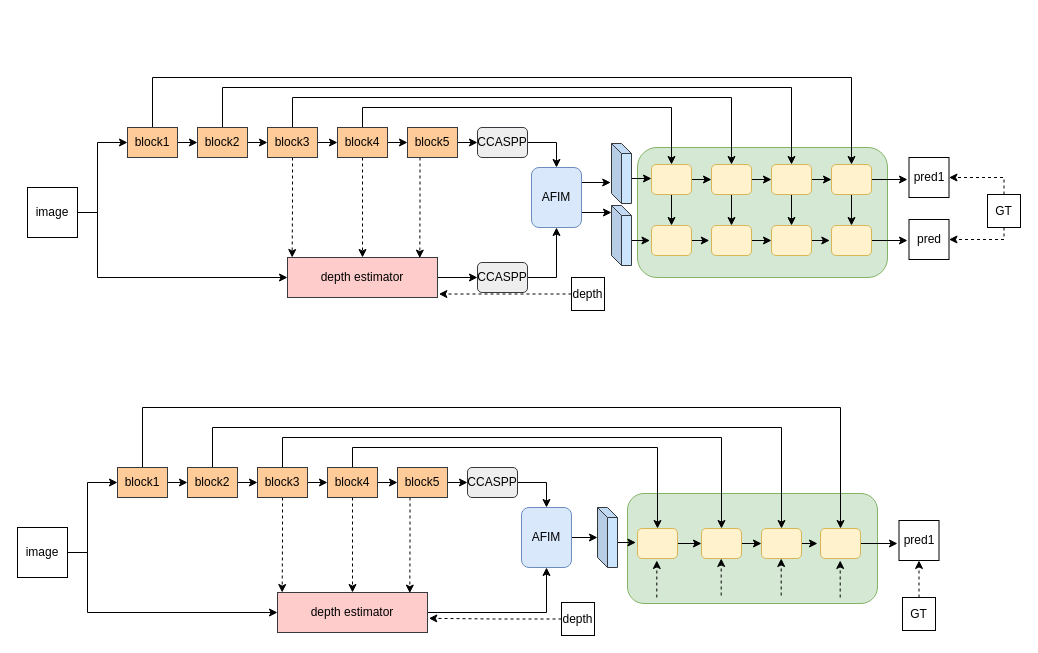
The draw.io diagram uta.drawio in Hymhh/hymhh, before the edit. Source tidied: cells renumbered, new cells numbered last; positions are measured from the earlier drawing's top-left corner, leaving out a move shared by most shapes. Both pictures are drawn from the tidied source at 100%, with x=0, y=0 at pixel (17, 77).
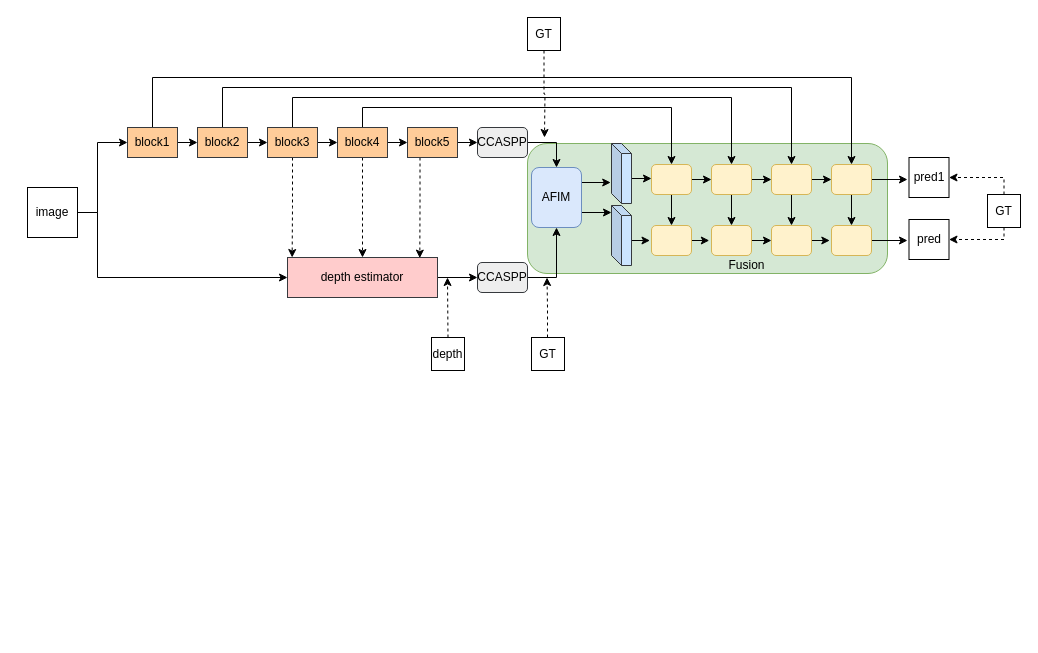
The same page after the edit.

Unchanged cells that the change refers to:
```xml
<mxCell id="25" value="depth estimator" style="rounded=0;whiteSpace=wrap;html=1;fillColor=#ffcccc;strokeColor=#36393d;" parent="1" vertex="1">
  <mxGeometry x="270" y="180" width="150" height="40" as="geometry" />
</mxCell>
```

The edit, as a diff of the source:
```diff
@@
     <mxCell id="2" style="rounded=1;whiteSpace=wrap;html=1;fillColor=#d5e8d4;strokeColor=#82b366;" parent="1" vertex="1">
-      <mxGeometry x="620" y="70" width="250" height="130" as="geometry" />
+      <mxGeometry x="510" y="66" width="360" height="130" as="geometry" />
     </mxCell>
@@
-    <mxCell id="56" style="edgeStyle=orthogonalEdgeStyle;rounded=0;jettySize=auto;html=1;exitX=0;exitY=0.5;exitDx=0;exitDy=0;entryX=1.009;entryY=0.913;entryDx=0;entryDy=0;entryPerimeter=0;dashed=1;" parent="1" edge="1" source="57" target="25">
-      <mxGeometry relative="1" as="geometry" />
+    <mxCell id="56" style="edgeStyle=orthogonalEdgeStyle;rounded=0;jettySize=auto;html=1;exitX=0.5;exitY=0;exitDx=0;exitDy=0;dashed=1;" parent="1" edge="1" source="57">
+      <mxGeometry relative="1" as="geometry">
+        <mxPoint x="430" y="200" as="targetPoint" />
+      </mxGeometry>
     </mxCell>
     <mxCell id="57" value="depth" style="whiteSpace=wrap;html=1;" parent="1" vertex="1">
-      <mxGeometry x="554" y="200" width="33" height="33" as="geometry" />
+      <mxGeometry x="414" y="260" width="33" height="33" as="geometry" />
     </mxCell>
@@
-    <mxCell id="61" style="rounded=1;whiteSpace=wrap;html=1;fillColor=#d5e8d4;strokeColor=#82b366;" parent="1" vertex="1">
-      <mxGeometry x="610" y="416" width="250" height="110" as="geometry" />
-    </mxCell>
-    <mxCell id="62" style="edgeStyle=orthogonalEdgeStyle;rounded=0;jettySize=auto;html=1;exitX=1;exitY=0.5;exitDx=0;exitDy=0;entryX=0;entryY=0.5;entryDx=0;entryDy=0;" parent="1" edge="1" source="64" target="84">
-      <mxGeometry relative="1" as="geometry">
-        <Array as="points">
-          <mxPoint x="70" y="475" />
-          <mxPoint x="70" y="535" />
-        </Array>
-      </mxGeometry>
-    </mxCell>
-    <mxCell id="63" style="edgeStyle=orthogonalEdgeStyle;rounded=0;jettySize=auto;html=1;exitX=1;exitY=0.5;exitDx=0;exitDy=0;entryX=0;entryY=0.5;entryDx=0;entryDy=0;" parent="1" edge="1" source="64" target="67">
-      <mxGeometry relative="1" as="geometry">
-        <Array as="points">
-          <mxPoint x="70" y="475" />
-          <mxPoint x="70" y="405" />
-        </Array>
-      </mxGeometry>
-    </mxCell>
-    <mxCell id="64" value="image" style="whiteSpace=wrap;html=1;" parent="1" vertex="1">
-      <mxGeometry y="450" width="50" height="50" as="geometry" />
-    </mxCell>
-    <mxCell id="65" style="edgeStyle=orthogonalEdgeStyle;rounded=0;jettySize=auto;html=1;exitX=1;exitY=0.5;exitDx=0;exitDy=0;entryX=0;entryY=0.5;entryDx=0;entryDy=0;" parent="1" edge="1" source="67" target="70">
-      <mxGeometry relative="1" as="geometry" />
-    </mxCell>
-    <mxCell id="66" style="edgeStyle=orthogonalEdgeStyle;rounded=0;jettySize=auto;html=1;exitX=0.5;exitY=0;exitDx=0;exitDy=0;" parent="1" edge="1" source="67" target="96">
-      <mxGeometry relative="1" as="geometry">
-        <Array as="points">
-          <mxPoint x="125" y="330" />
-          <mxPoint x="823" y="330" />
-        </Array>
-      </mxGeometry>
-    </mxCell>
-    <mxCell id="67" value="block1" style="rounded=0;whiteSpace=wrap;html=1;fillColor=#ffcc99;strokeColor=#36393d;" parent="1" vertex="1">
-      <mxGeometry x="100" y="390" width="50" height="30" as="geometry" />
-    </mxCell>
-    <mxCell id="68" style="edgeStyle=orthogonalEdgeStyle;rounded=0;jettySize=auto;html=1;exitX=1;exitY=0.5;exitDx=0;exitDy=0;entryX=0;entryY=0.5;entryDx=0;entryDy=0;" parent="1" edge="1" source="70" target="78">
-      <mxGeometry relative="1" as="geometry" />
-    </mxCell>
-    <mxCell id="69" style="edgeStyle=orthogonalEdgeStyle;rounded=0;jettySize=auto;html=1;exitX=0.5;exitY=0;exitDx=0;exitDy=0;entryX=0.5;entryY=0;entryDx=0;entryDy=0;" parent="1" edge="1" source="70" target="94">
-      <mxGeometry relative="1" as="geometry">
-        <Array as="points">
-          <mxPoint x="195" y="350" />
-          <mxPoint x="764" y="350" />
-        </Array>
-      </mxGeometry>
-    </mxCell>
-    <mxCell id="70" value="&lt;font face=&quot;helvetica&quot;&gt;block2&lt;/font&gt;" style="rounded=0;whiteSpace=wrap;html=1;fillColor=#ffcc99;strokeColor=#36393d;" parent="1" vertex="1">
-      <mxGeometry x="170" y="390" width="50" height="30" as="geometry" />
-    </mxCell>
-    <mxCell id="71" style="edgeStyle=orthogonalEdgeStyle;rounded=0;jettySize=auto;html=1;exitX=1;exitY=0.5;exitDx=0;exitDy=0;entryX=0;entryY=0.5;entryDx=0;entryDy=0;" parent="1" edge="1" source="74" target="82">
-      <mxGeometry relative="1" as="geometry" />
-    </mxCell>
-    <mxCell id="72" style="edgeStyle=orthogonalEdgeStyle;rounded=0;jettySize=auto;html=1;exitX=0.5;exitY=1;exitDx=0;exitDy=0;entryX=0.5;entryY=0;entryDx=0;entryDy=0;dashed=1;" parent="1" edge="1" source="74" target="84">
-      <mxGeometry relative="1" as="geometry" />
-    </mxCell>
-    <mxCell id="73" style="edgeStyle=orthogonalEdgeStyle;rounded=0;jettySize=auto;html=1;exitX=0.5;exitY=0;exitDx=0;exitDy=0;entryX=0.5;entryY=0;entryDx=0;entryDy=0;" parent="1" edge="1" source="74" target="90">
-      <mxGeometry relative="1" as="geometry" />
-    </mxCell>
-    <mxCell id="74" value="block4" style="rounded=0;whiteSpace=wrap;html=1;fillColor=#ffcc99;strokeColor=#36393d;" parent="1" vertex="1">
-      <mxGeometry x="310" y="390" width="50" height="30" as="geometry" />
-    </mxCell>
-    <mxCell id="75" style="edgeStyle=orthogonalEdgeStyle;rounded=0;jettySize=auto;html=1;exitX=1;exitY=0.5;exitDx=0;exitDy=0;entryX=0;entryY=0.5;entryDx=0;entryDy=0;" parent="1" edge="1" source="78" target="74">
-      <mxGeometry relative="1" as="geometry" />
-    </mxCell>
-    <mxCell id="76" style="edgeStyle=orthogonalEdgeStyle;rounded=0;jettySize=auto;html=1;exitX=0.5;exitY=1;exitDx=0;exitDy=0;entryX=0.031;entryY=0;entryDx=0;entryDy=0;entryPerimeter=0;dashed=1;" parent="1" edge="1" source="78" target="84">
-      <mxGeometry relative="1" as="geometry" />
-    </mxCell>
-    <mxCell id="77" style="edgeStyle=orthogonalEdgeStyle;rounded=0;jettySize=auto;html=1;exitX=0.5;exitY=0;exitDx=0;exitDy=0;entryX=0.5;entryY=0;entryDx=0;entryDy=0;" parent="1" edge="1" source="78" target="92">
-      <mxGeometry relative="1" as="geometry">
-        <Array as="points">
-          <mxPoint x="265" y="360" />
-          <mxPoint x="704" y="360" />
-        </Array>
-      </mxGeometry>
-    </mxCell>
-    <mxCell id="78" value="block3" style="rounded=0;whiteSpace=wrap;html=1;fillColor=#ffcc99;strokeColor=#36393d;" parent="1" vertex="1">
-      <mxGeometry x="240" y="390" width="50" height="30" as="geometry" />
-    </mxCell>
-    <mxCell id="79" style="edgeStyle=orthogonalEdgeStyle;rounded=0;jettySize=auto;html=1;exitX=0.25;exitY=1;exitDx=0;exitDy=0;entryX=0.882;entryY=0.015;entryDx=0;entryDy=0;entryPerimeter=0;dashed=1;" parent="1" edge="1" source="82" target="84">
-      <mxGeometry relative="1" as="geometry" />
-    </mxCell>
-    <mxCell id="80" style="edgeStyle=orthogonalEdgeStyle;rounded=0;jettySize=auto;html=1;entryX=0.5;entryY=0;entryDx=0;entryDy=0;exitX=1;exitY=0.5;exitDx=0;exitDy=0;" parent="1" edge="1" source="101" target="86">
-      <mxGeometry relative="1" as="geometry" />
-    </mxCell>
-    <mxCell id="81" style="edgeStyle=orthogonalEdgeStyle;rounded=0;jettySize=auto;html=1;exitX=1;exitY=0.5;exitDx=0;exitDy=0;entryX=0;entryY=0.5;entryDx=0;entryDy=0;" parent="1" edge="1" source="82" target="101">
-      <mxGeometry relative="1" as="geometry" />
-    </mxCell>
-    <mxCell id="82" value="block5" style="rounded=0;whiteSpace=wrap;html=1;fillColor=#ffcc99;strokeColor=#36393d;" parent="1" vertex="1">
-      <mxGeometry x="380" y="390" width="50" height="30" as="geometry" />
-    </mxCell>
-    <mxCell id="83" style="edgeStyle=orthogonalEdgeStyle;rounded=0;jettySize=auto;html=1;exitX=1;exitY=0.5;exitDx=0;exitDy=0;entryX=0.5;entryY=1;entryDx=0;entryDy=0;" parent="1" edge="1" source="84" target="86">
-      <mxGeometry relative="1" as="geometry" />
-    </mxCell>
-    <mxCell id="84" value="depth estimator" style="rounded=0;whiteSpace=wrap;html=1;fillColor=#ffcccc;strokeColor=#36393d;" parent="1" vertex="1">
-      <mxGeometry x="260" y="515" width="150" height="40" as="geometry" />
-    </mxCell>
-    <mxCell id="85" style="edgeStyle=orthogonalEdgeStyle;rounded=0;jettySize=auto;html=1;exitX=1;exitY=0.5;exitDx=0;exitDy=0;" parent="1" edge="1" source="86">
-      <mxGeometry relative="1" as="geometry">
-        <mxPoint x="580" y="460" as="targetPoint" />
-      </mxGeometry>
-    </mxCell>
-    <mxCell id="86" value="AFIM" style="rounded=1;whiteSpace=wrap;html=1;fillColor=#dae8fc;strokeColor=#6c8ebf;" parent="1" vertex="1">
-      <mxGeometry x="504" y="430" width="50" height="60" as="geometry" />
-    </mxCell>
-    <mxCell id="87" style="edgeStyle=orthogonalEdgeStyle;rounded=0;jettySize=auto;html=1;exitX=0;exitY=0;exitDx=20;exitDy=35;exitPerimeter=0;entryX=-0.039;entryY=0.492;entryDx=0;entryDy=0;entryPerimeter=0;" parent="1" edge="1" source="88" target="90">
-      <mxGeometry relative="1" as="geometry" />
-    </mxCell>
-    <mxCell id="88" style="shape=cube;whiteSpace=wrap;html=1;boundedLbl=1;backgroundOutline=1;darkOpacity=0.05;darkOpacity2=0.1;size=10;fillColor=#cce5ff;strokeColor=#36393d;" parent="1" vertex="1">
-      <mxGeometry x="580" y="430" width="20" height="60" as="geometry" />
-    </mxCell>
-    <mxCell id="89" style="edgeStyle=orthogonalEdgeStyle;rounded=0;jettySize=auto;html=1;exitX=1;exitY=0.5;exitDx=0;exitDy=0;entryX=0;entryY=0.5;entryDx=0;entryDy=0;" parent="1" edge="1" source="90" target="92">
-      <mxGeometry relative="1" as="geometry" />
-    </mxCell>
-    <mxCell id="90" style="rounded=1;whiteSpace=wrap;html=1;fillColor=#fff2cc;strokeColor=#d6b656;" parent="1" vertex="1">
-      <mxGeometry x="620" y="451" width="40" height="30" as="geometry" />
-    </mxCell>
-    <mxCell id="91" style="edgeStyle=orthogonalEdgeStyle;rounded=0;jettySize=auto;html=1;exitX=1;exitY=0.5;exitDx=0;exitDy=0;entryX=0;entryY=0.5;entryDx=0;entryDy=0;" parent="1" edge="1" source="92" target="94">
-      <mxGeometry relative="1" as="geometry" />
-    </mxCell>
-    <mxCell id="92" style="rounded=1;whiteSpace=wrap;html=1;fillColor=#fff2cc;strokeColor=#d6b656;" parent="1" vertex="1">
-      <mxGeometry x="684" y="451" width="40" height="30" as="geometry" />
-    </mxCell>
-    <mxCell id="93" style="edgeStyle=orthogonalEdgeStyle;rounded=0;jettySize=auto;html=1;exitX=1;exitY=0.5;exitDx=0;exitDy=0;" parent="1" edge="1" source="94">
-      <mxGeometry relative="1" as="geometry">
-        <mxPoint x="800" y="466" as="targetPoint" />
-      </mxGeometry>
-    </mxCell>
-    <mxCell id="94" style="rounded=1;whiteSpace=wrap;html=1;fillColor=#fff2cc;strokeColor=#d6b656;" parent="1" vertex="1">
-      <mxGeometry x="744" y="451" width="40" height="30" as="geometry" />
-    </mxCell>
-    <mxCell id="95" style="edgeStyle=orthogonalEdgeStyle;rounded=0;jettySize=auto;html=1;exitX=1;exitY=0.5;exitDx=0;exitDy=0;" parent="1" edge="1" source="96">
-      <mxGeometry relative="1" as="geometry">
-        <mxPoint x="880" y="466.1" as="targetPoint" />
-      </mxGeometry>
-    </mxCell>
-    <mxCell id="96" style="rounded=1;whiteSpace=wrap;html=1;fillColor=#fff2cc;strokeColor=#d6b656;" parent="1" vertex="1">
-      <mxGeometry x="803" y="451" width="40" height="30" as="geometry" />
-    </mxCell>
-    <mxCell id="97" style="edgeStyle=orthogonalEdgeStyle;rounded=0;jettySize=auto;html=1;exitX=0.5;exitY=0;exitDx=0;exitDy=0;entryX=0.5;entryY=1;entryDx=0;entryDy=0;dashed=1;" parent="1" edge="1" source="98" target="102">
-      <mxGeometry relative="1" as="geometry" />
-    </mxCell>
-    <mxCell id="98" value="GT" style="whiteSpace=wrap;html=1;" parent="1" vertex="1">
-      <mxGeometry x="885" y="520" width="33" height="33" as="geometry" />
-    </mxCell>
-    <mxCell id="99" style="edgeStyle=orthogonalEdgeStyle;rounded=0;jettySize=auto;html=1;exitX=0;exitY=0.5;exitDx=0;exitDy=0;entryX=1.009;entryY=0.646;entryDx=0;entryDy=0;entryPerimeter=0;dashed=1;" parent="1" edge="1" source="100" target="84">
-      <mxGeometry relative="1" as="geometry" />
-    </mxCell>
-    <mxCell id="100" value="depth" style="whiteSpace=wrap;html=1;" parent="1" vertex="1">
-      <mxGeometry x="544" y="525" width="33" height="33" as="geometry" />
-    </mxCell>
-    <mxCell id="101" value="CCASPP" style="rounded=1;whiteSpace=wrap;html=1;fillColor=#eeeeee;strokeColor=#36393d;" parent="1" vertex="1">
-      <mxGeometry x="450" y="390" width="50" height="30" as="geometry" />
-    </mxCell>
-    <mxCell id="102" value="pred1" style="whiteSpace=wrap;html=1;" parent="1" vertex="1">
-      <mxGeometry x="881.5" y="443" width="40" height="40" as="geometry" />
-    </mxCell>
-    <mxCell id="103" style="edgeStyle=orthogonalEdgeStyle;rounded=0;orthogonalLoop=1;jettySize=auto;html=1;exitX=0.5;exitY=0;exitDx=0;exitDy=0;entryX=0.5;entryY=1;entryDx=0;entryDy=0;dashed=1;" parent="1" edge="1">
-      <mxGeometry relative="1" as="geometry">
-        <mxPoint x="639.3" y="520" as="sourcePoint" />
-        <mxPoint x="639.3" y="483" as="targetPoint" />
-      </mxGeometry>
-    </mxCell>
-    <mxCell id="104" style="edgeStyle=orthogonalEdgeStyle;rounded=0;orthogonalLoop=1;jettySize=auto;html=1;exitX=0.5;exitY=0;exitDx=0;exitDy=0;entryX=0.5;entryY=1;entryDx=0;entryDy=0;dashed=1;" parent="1" edge="1">
-      <mxGeometry relative="1" as="geometry">
-        <mxPoint x="703.7" y="518" as="sourcePoint" />
-        <mxPoint x="703.7" y="481" as="targetPoint" />
-      </mxGeometry>
-    </mxCell>
-    <mxCell id="105" style="edgeStyle=orthogonalEdgeStyle;rounded=0;orthogonalLoop=1;jettySize=auto;html=1;exitX=0.5;exitY=0;exitDx=0;exitDy=0;entryX=0.5;entryY=1;entryDx=0;entryDy=0;dashed=1;" parent="1" edge="1">
-      <mxGeometry relative="1" as="geometry">
-        <mxPoint x="763.7" y="518" as="sourcePoint" />
-        <mxPoint x="763.7" y="481" as="targetPoint" />
-      </mxGeometry>
-    </mxCell>
-    <mxCell id="106" style="edgeStyle=orthogonalEdgeStyle;rounded=0;orthogonalLoop=1;jettySize=auto;html=1;exitX=0.5;exitY=0;exitDx=0;exitDy=0;entryX=0.5;entryY=1;entryDx=0;entryDy=0;dashed=1;" parent="1" edge="1">
-      <mxGeometry relative="1" as="geometry">
-        <mxPoint x="822.7" y="520" as="sourcePoint" />
-        <mxPoint x="822.7" y="483" as="targetPoint" />
-      </mxGeometry>
-    </mxCell>
@@
+    <mxCell id="109" value="Fusion" style="text;html=1;align=center;verticalAlign=middle;fillColor=none;strokeColor=none;rounded=0;" parent="1" vertex="1">
+      <mxGeometry x="704" y="178" width="50" height="20" as="geometry" />
+    </mxCell>
+    <mxCell id="110" value="GT" style="whiteSpace=wrap;html=1;" parent="1" vertex="1">
+      <mxGeometry x="514" y="260" width="33" height="33" as="geometry" />
+    </mxCell>
+    <mxCell id="111" style="edgeStyle=orthogonalEdgeStyle;rounded=0;orthogonalLoop=1;jettySize=auto;html=1;exitX=0.5;exitY=0;exitDx=0;exitDy=0;dashed=1;" parent="1" edge="1">
+      <mxGeometry relative="1" as="geometry">
+        <mxPoint x="530" y="260" as="sourcePoint" />
+        <mxPoint x="529.5" y="200" as="targetPoint" />
+        <Array as="points">
+          <mxPoint x="530" y="230" />
+        </Array>
+      </mxGeometry>
+    </mxCell>
+    <mxCell id="112" style="edgeStyle=orthogonalEdgeStyle;rounded=0;jettySize=auto;html=1;exitX=0.5;exitY=1;exitDx=0;exitDy=0;dashed=1;" parent="1" edge="1" source="113">
+      <mxGeometry relative="1" as="geometry">
+        <mxPoint x="527" y="60" as="targetPoint" />
+      </mxGeometry>
+    </mxCell>
+    <mxCell id="113" value="GT" style="whiteSpace=wrap;html=1;" parent="1" vertex="1">
+      <mxGeometry x="510" y="-60" width="33" height="33" as="geometry" />
+    </mxCell>
```
